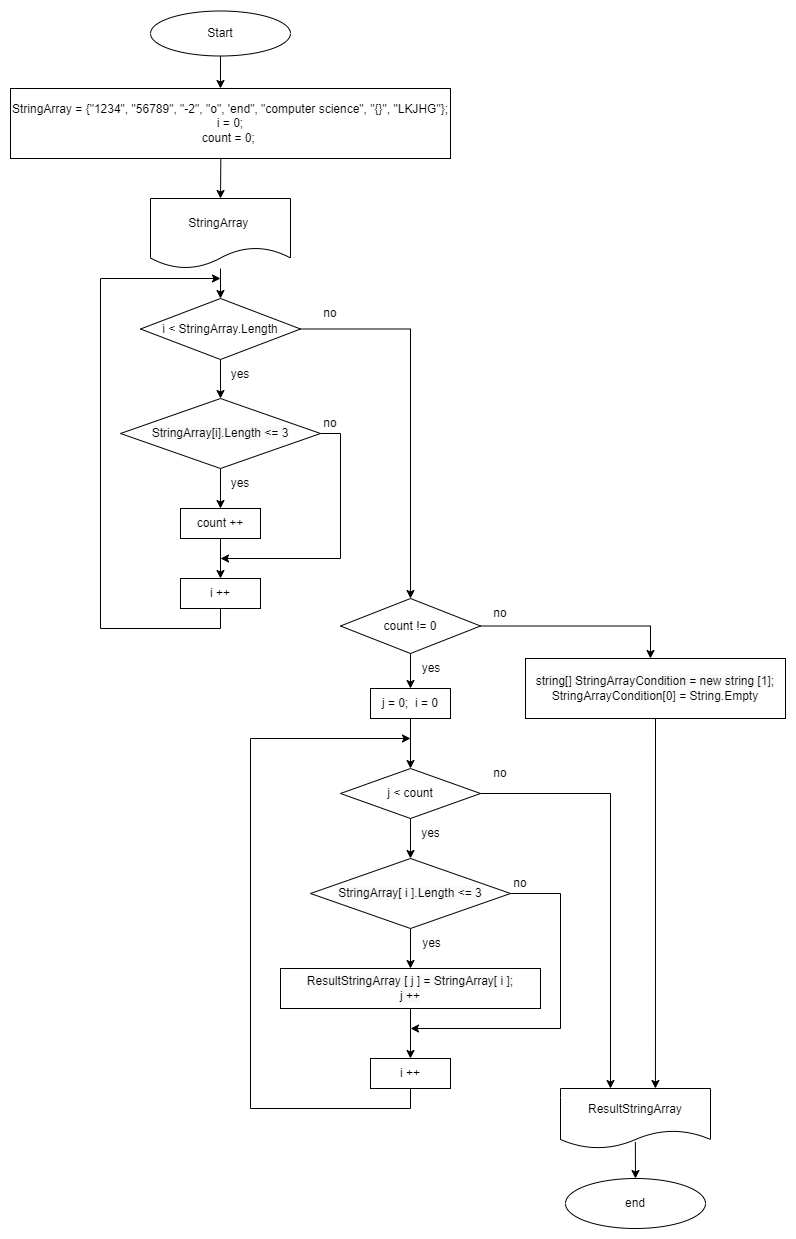
The draw.io diagram Diagram-FinalProject.png in EkaterinaGugina/Final_Project_1quart, before a commit. Source tidied: cells renumbered, new cells last; positions are measured from the earlier drawing's top-left corner, leaving out a move shared by most shapes.
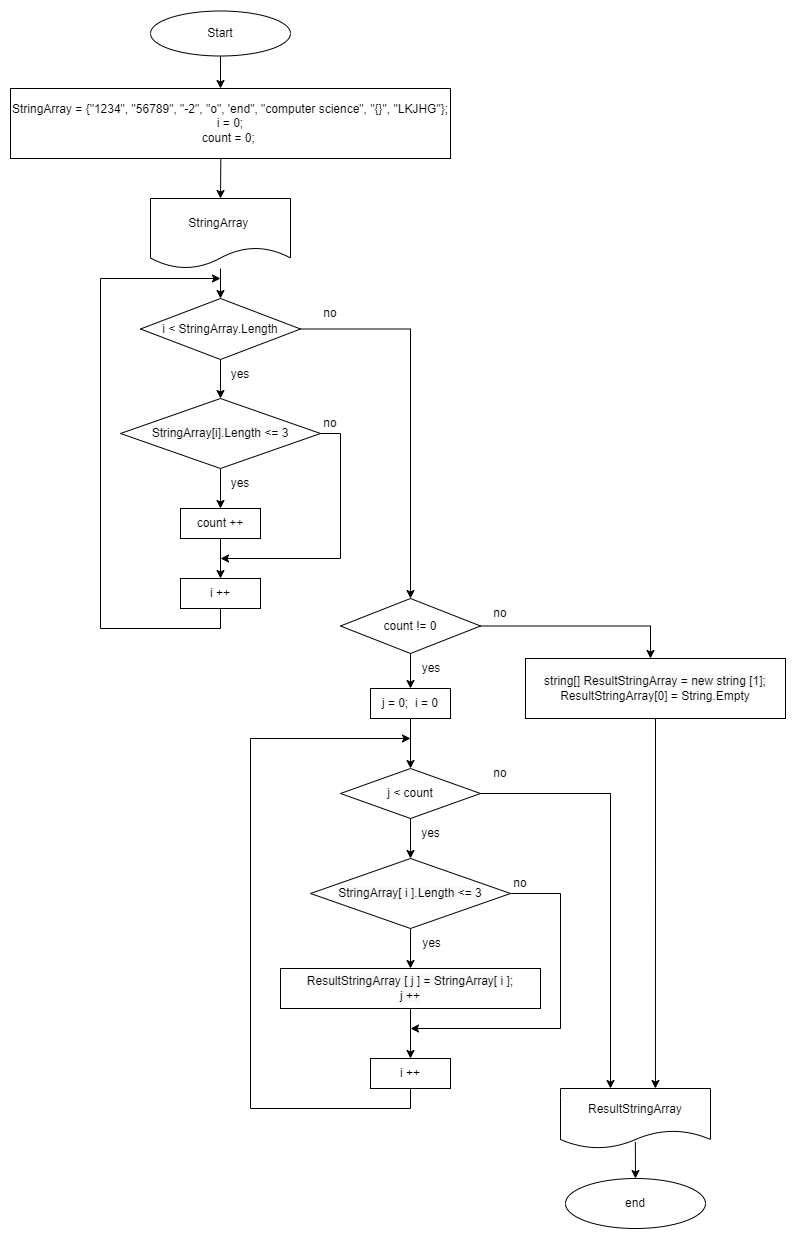
The same diagram one commit later.

Commit message:
commit Diagram-FinalProject

Diff of the diagram source:
```diff
@@ -146,7 +146,7 @@
     <mxCell id="38" style="edgeStyle=orthogonalEdgeStyle;rounded=0;jettySize=auto;html=1;exitX=0.5;exitY=1;exitDx=0;exitDy=0;fontSize=12;entryX=0.633;entryY=0;entryDx=0;entryDy=0;entryPerimeter=0;" parent="1" edge="1" source="39" target="25">
       <mxGeometry relative="1" as="geometry" />
     </mxCell>
-    <mxCell id="39" value="&lt;span style=&quot;color: rgb(0, 0, 0); font-family: Helvetica; font-size: 12px; font-style: normal; font-variant-ligatures: normal; font-variant-caps: normal; font-weight: 400; letter-spacing: normal; orphans: 2; text-align: center; text-indent: 0px; text-transform: none; widows: 2; word-spacing: 0px; -webkit-text-stroke-width: 0px; background-color: rgb(248, 249, 250); text-decoration-thickness: initial; text-decoration-style: initial; text-decoration-color: initial; float: none; display: inline !important;&quot;&gt;string[] StringArrayCondition = new string [1];&lt;br&gt;&lt;/span&gt;StringArrayCondition[0] = String.Empty" style="rounded=0;whiteSpace=wrap;html=1;" parent="1" vertex="1">
+    <mxCell id="39" value="&lt;span style=&quot;color: rgb(0, 0, 0); font-family: Helvetica; font-size: 12px; font-style: normal; font-variant-ligatures: normal; font-variant-caps: normal; font-weight: 400; letter-spacing: normal; orphans: 2; text-align: center; text-indent: 0px; text-transform: none; widows: 2; word-spacing: 0px; -webkit-text-stroke-width: 0px; background-color: rgb(248, 249, 250); text-decoration-thickness: initial; text-decoration-style: initial; text-decoration-color: initial; float: none; display: inline !important;&quot;&gt;string[] ResultStringArray = new string [1];&lt;br&gt;&lt;/span&gt;ResultStringArray[0] = String.Empty" style="rounded=0;whiteSpace=wrap;html=1;" parent="1" vertex="1">
       <mxGeometry x="515" y="648" width="260" height="60" as="geometry" />
     </mxCell>
     <mxCell id="40" style="edgeStyle=orthogonalEdgeStyle;rounded=0;jettySize=auto;html=1;" parent="1" edge="1" source="42">
```
